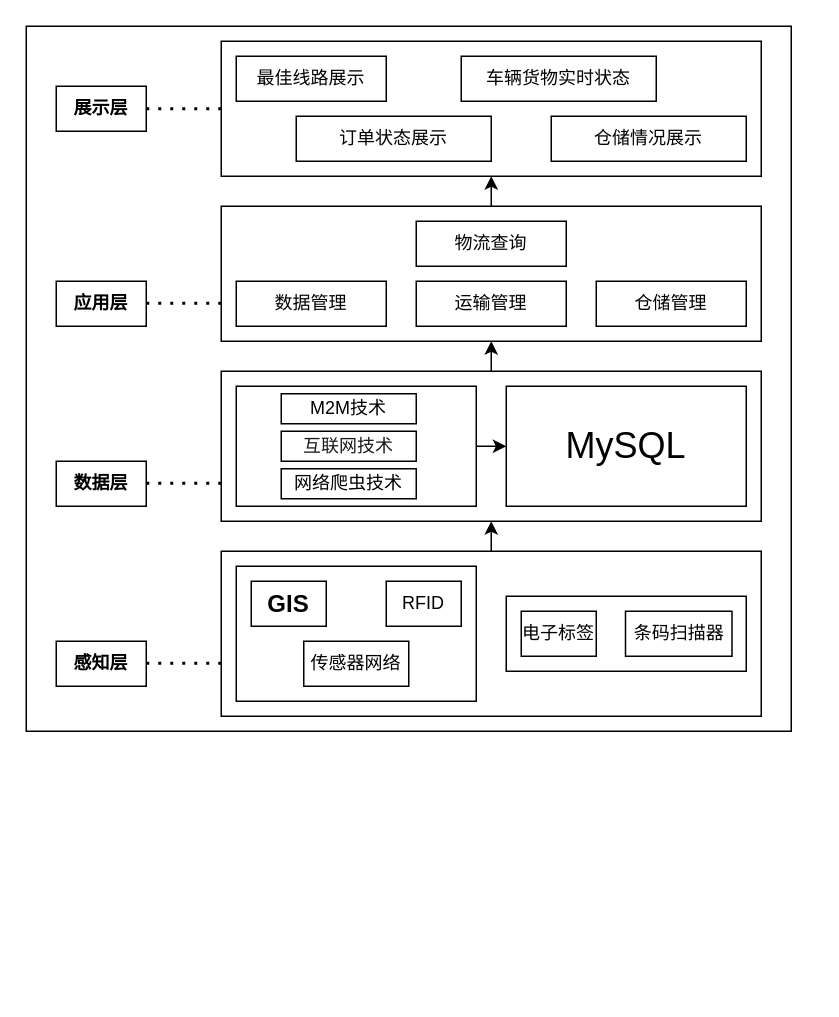
The draw.io diagram page "第 2 页" (2 of 2) of 供应链项目.drawio in Li-cencen/UML, before the edit. Source tidied: cells renumbered, new cells numbered last; positions are measured from the earlier drawing's top-left corner, leaving out a move shared by most shapes. Both pictures are drawn from the tidied source at 150%, with x=0, y=0 at pixel (26, 26).
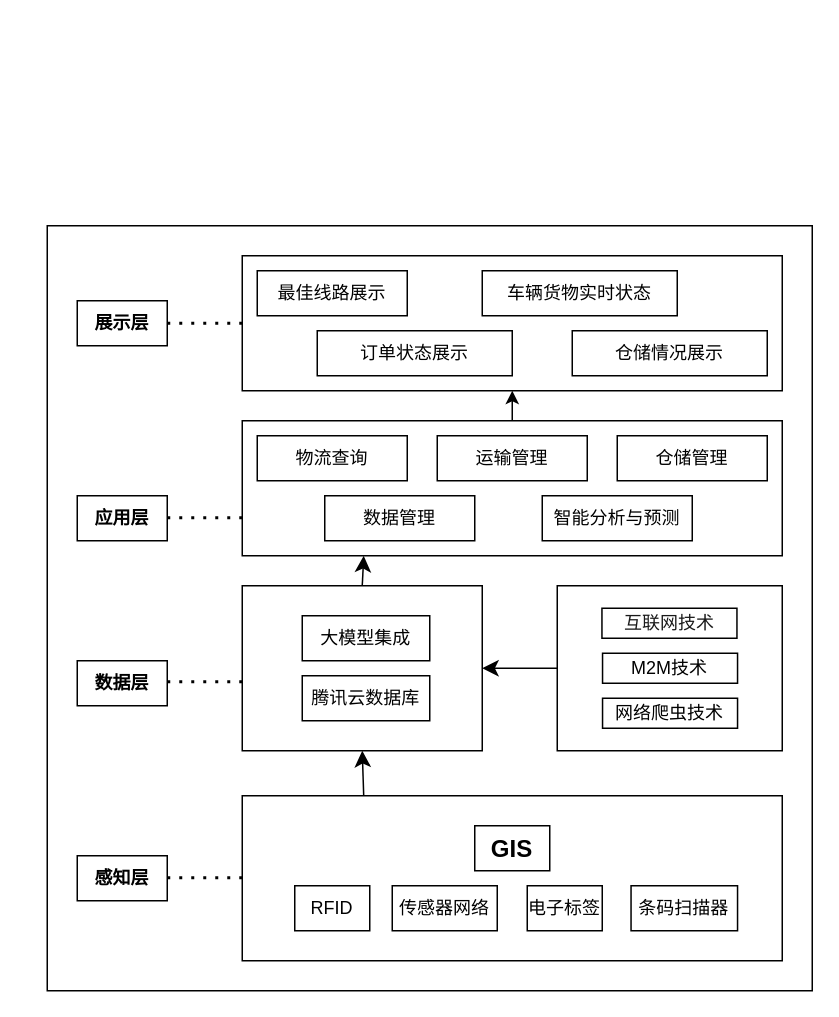
Above is the later version.

Change to the diagram source:
```diff
@@
     <mxCell id="2" style="rounded=0;whiteSpace=wrap;html=1;" parent="1" vertex="1">
-      <mxGeometry width="510" height="470" as="geometry" />
+      <mxGeometry x="14" y="133" width="510" height="510" as="geometry" />
     </mxCell>
     <mxCell id="3" value="&lt;b&gt;展示层&lt;/b&gt;" style="rounded=0;whiteSpace=wrap;html=1;" parent="1" vertex="1">
-      <mxGeometry x="20" y="40" width="60" height="30" as="geometry" />
+      <mxGeometry x="34" y="183" width="60" height="30" as="geometry" />
     </mxCell>
     <mxCell id="4" value="&lt;b&gt;应用层&lt;/b&gt;" style="rounded=0;whiteSpace=wrap;html=1;" parent="1" vertex="1">
-      <mxGeometry x="20" y="170" width="60" height="30" as="geometry" />
+      <mxGeometry x="34" y="313" width="60" height="30" as="geometry" />
     </mxCell>
     <mxCell id="5" value="&lt;b&gt;数据层&lt;/b&gt;" style="rounded=0;whiteSpace=wrap;html=1;" parent="1" vertex="1">
-      <mxGeometry x="20" y="290" width="60" height="30" as="geometry" />
+      <mxGeometry x="34" y="423" width="60" height="30" as="geometry" />
     </mxCell>
     <mxCell id="6" value="&lt;b&gt;感知层&lt;/b&gt;" style="rounded=0;whiteSpace=wrap;html=1;" parent="1" vertex="1">
-      <mxGeometry x="20" y="410" width="60" height="30" as="geometry" />
+      <mxGeometry x="34" y="553" width="60" height="30" as="geometry" />
     </mxCell>
     <mxCell id="7" style="rounded=0;whiteSpace=wrap;html=1;" parent="1" vertex="1">
-      <mxGeometry x="130" y="120" width="360" height="90" as="geometry" />
+      <mxGeometry x="144" y="263" width="360" height="90" as="geometry" />
     </mxCell>
     <mxCell id="8" value="物流查询" style="rounded=0;whiteSpace=wrap;html=1;" parent="1" vertex="1">
-      <mxGeometry x="260" y="130" width="100" height="30" as="geometry" />
+      <mxGeometry x="154" y="273" width="100" height="30" as="geometry" />
     </mxCell>
     <mxCell id="9" value="运输管理" style="rounded=0;whiteSpace=wrap;html=1;" parent="1" vertex="1">
-      <mxGeometry x="260" y="170" width="100" height="30" as="geometry" />
+      <mxGeometry x="274" y="273" width="100" height="30" as="geometry" />
     </mxCell>
     <mxCell id="10" value="仓储管理" style="rounded=0;whiteSpace=wrap;html=1;" parent="1" vertex="1">
-      <mxGeometry x="380" y="170" width="100" height="30" as="geometry" />
+      <mxGeometry x="394" y="273" width="100" height="30" as="geometry" />
     </mxCell>
     <mxCell id="11" value="数据管理" style="rounded=0;whiteSpace=wrap;html=1;" parent="1" vertex="1">
-      <mxGeometry x="140" y="170" width="100" height="30" as="geometry" />
+      <mxGeometry x="199" y="313" width="100" height="30" as="geometry" />
     </mxCell>
     <mxCell id="12" style="rounded=0;whiteSpace=wrap;html=1;" parent="1" vertex="1">
-      <mxGeometry x="130" y="10" width="360" height="90" as="geometry" />
+      <mxGeometry x="144" y="153" width="360" height="90" as="geometry" />
     </mxCell>
     <mxCell id="13" value="最佳线路展示" style="rounded=0;whiteSpace=wrap;html=1;" parent="1" vertex="1">
-      <mxGeometry x="140" y="20" width="100" height="30" as="geometry" />
+      <mxGeometry x="154" y="163" width="100" height="30" as="geometry" />
     </mxCell>
     <mxCell id="14" value="车辆货物实时状态" style="rounded=0;whiteSpace=wrap;html=1;" parent="1" vertex="1">
-      <mxGeometry x="290" y="20" width="130" height="30" as="geometry" />
+      <mxGeometry x="304" y="163" width="130" height="30" as="geometry" />
     </mxCell>
     <mxCell id="15" value="订单状态展示" style="rounded=0;whiteSpace=wrap;html=1;" parent="1" vertex="1">
-      <mxGeometry x="180" y="60" width="130" height="30" as="geometry" />
+      <mxGeometry x="194" y="203" width="130" height="30" as="geometry" />
     </mxCell>
     <mxCell id="16" value="仓储情况展示" style="rounded=0;whiteSpace=wrap;html=1;" parent="1" vertex="1">
-      <mxGeometry x="350" y="60" width="130" height="30" as="geometry" />
+      <mxGeometry x="364" y="203" width="130" height="30" as="geometry" />
     </mxCell>
-    <mxCell id="17" style="edgeStyle=orthogonalEdgeStyle;rounded=0;jettySize=auto;html=1;exitX=0.5;exitY=0;exitDx=0;exitDy=0;entryX=0.5;entryY=1;entryDx=0;entryDy=0;" parent="1" edge="1" source="18" target="26">
+    <mxCell id="17" style="edgeStyle=none;curved=1;rounded=0;jettySize=auto;html=1;exitX=0.225;exitY=0.009;exitDx=0;exitDy=0;entryX=0.5;entryY=1;entryDx=0;entryDy=0;fontSize=12;startSize=8;endSize=8;exitPerimeter=0;" parent="1" edge="1" source="18" target="26">
       <mxGeometry relative="1" as="geometry" />
     </mxCell>
     <mxCell id="18" style="rounded=0;whiteSpace=wrap;html=1;" parent="1" vertex="1">
-      <mxGeometry x="130" y="350" width="360" height="110" as="geometry" />
+      <mxGeometry x="144" y="513" width="360" height="110" as="geometry" />
     </mxCell>
-    <mxCell id="19" style="rounded=0;whiteSpace=wrap;html=1;" parent="1" vertex="1">
-      <mxGeometry x="140" y="360" width="160" height="90" as="geometry" />
-    </mxCell>
-    <mxCell id="20" value="传感器网络" style="rounded=0;whiteSpace=wrap;html=1;" parent="1" vertex="1">
-      <mxGeometry x="185" y="410" width="70" height="30" as="geometry" />
-    </mxCell>
-    <mxCell id="21" value="RFID" style="rounded=0;whiteSpace=wrap;html=1;" parent="1" vertex="1">
-      <mxGeometry x="240" y="370" width="50" height="30" as="geometry" />
-    </mxCell>
     <mxCell id="22" value="&lt;h4&gt;&lt;span style=&quot;font-family: 宋体; font-size: 12pt;&quot;&gt;GIS&lt;/span&gt;&lt;/h4&gt;" style="rounded=0;whiteSpace=wrap;html=1;" parent="1" vertex="1">
-      <mxGeometry x="150" y="370" width="50" height="30" as="geometry" />
+      <mxGeometry x="299" y="533" width="50" height="30" as="geometry" />
     </mxCell>
-    <mxCell id="23" style="rounded=0;whiteSpace=wrap;html=1;" parent="1" vertex="1">
-      <mxGeometry x="320" y="380" width="160" height="50" as="geometry" />
-    </mxCell>
     <mxCell id="24" value="电子标签" style="rounded=0;whiteSpace=wrap;html=1;" parent="1" vertex="1">
-      <mxGeometry x="330" y="390" width="50" height="30" as="geometry" />
+      <mxGeometry x="334" y="573" width="50" height="30" as="geometry" />
     </mxCell>
     <mxCell id="25" value="条码扫描器" style="rounded=0;whiteSpace=wrap;html=1;" parent="1" vertex="1">
-      <mxGeometry x="399.5" y="390" width="71" height="30" as="geometry" />
+      <mxGeometry x="403.2" y="573" width="71" height="30" as="geometry" />
     </mxCell>
     <mxCell id="26" style="rounded=0;whiteSpace=wrap;html=1;" parent="1" vertex="1">
-      <mxGeometry x="130" y="230" width="360" height="100" as="geometry" />
+      <mxGeometry x="144" y="373" width="160" height="110" as="geometry" />
     </mxCell>
-    <mxCell id="27" style="edgeStyle=orthogonalEdgeStyle;rounded=0;jettySize=auto;html=1;exitX=1;exitY=0.5;exitDx=0;exitDy=0;entryX=0;entryY=0.5;entryDx=0;entryDy=0;" parent="1" edge="1" source="28" target="29">
-      <mxGeometry relative="1" as="geometry" />
-    </mxCell>
-    <mxCell id="28" style="rounded=0;whiteSpace=wrap;html=1;" parent="1" vertex="1">
-      <mxGeometry x="140" y="240" width="160" height="80" as="geometry" />
-    </mxCell>
-    <mxCell id="29" value="&lt;font style=&quot;font-size: 24px;&quot;&gt;MySQL&lt;/font&gt;" style="rounded=0;whiteSpace=wrap;html=1;" parent="1" vertex="1">
-      <mxGeometry x="320" y="240" width="160" height="80" as="geometry" />
+    <mxCell id="29" value="腾讯云数据库" style="rounded=0;whiteSpace=wrap;html=1;" parent="1" vertex="1">
+      <mxGeometry x="184" y="433" width="85" height="30" as="geometry" />
     </mxCell>
-    <mxCell id="30" value="&lt;span style=&quot;scrollbar-color: transparent transparent; margin: 0px; padding: 0px; border: 0px; font-variant-numeric: inherit; font-variant-east-asian: inherit; font-variant-alternates: inherit; font-variant-position: inherit; font-variant-emoji: inherit; font-stretch: inherit; line-height: inherit; font-optical-sizing: inherit; font-size-adjust: inherit; font-kerning: inherit; font-feature-settings: inherit; font-variation-settings: inherit; vertical-align: baseline; color: rgba(0, 0, 0, 0.9); text-align: left; white-space-collapse: preserve; background-color: rgb(255, 255, 255);&quot; class=&quot;&quot;&gt;&lt;font style=&quot;font-size: 12px;&quot; face=&quot;Helvetica&quot;&gt;互联网技术&lt;/font&gt;&lt;/span&gt;" style="rounded=0;whiteSpace=wrap;html=1;" parent="1" vertex="1">
-      <mxGeometry x="170" y="270" width="90" height="20" as="geometry" />
-    </mxCell>
-    <mxCell id="31" value="&lt;div style=&quot;text-align: left;&quot;&gt;&lt;font style=&quot;color: rgb(0, 0, 0);&quot;&gt;&lt;span style=&quot;white-space-collapse: preserve; background-color: rgb(255, 255, 255);&quot;&gt;M2M技术&lt;/span&gt;&lt;/font&gt;&lt;/div&gt;" style="rounded=0;whiteSpace=wrap;html=1;" parent="1" vertex="1">
-      <mxGeometry x="170" y="245" width="90" height="20" as="geometry" />
-    </mxCell>
-    <mxCell id="32" value="&lt;div style=&quot;text-align: left;&quot;&gt;&lt;span style=&quot;white-space-collapse: preserve; background-color: rgb(255, 255, 255);&quot;&gt;&lt;font style=&quot;color: rgb(0, 0, 0);&quot;&gt;网络爬虫技术&lt;/font&gt;&lt;/span&gt;&lt;/div&gt;" style="rounded=0;whiteSpace=wrap;html=1;" parent="1" vertex="1">
-      <mxGeometry x="170" y="295" width="90" height="20" as="geometry" />
-    </mxCell>
@@
     <mxCell id="34" style="endArrow=none;dashed=1;html=1;dashPattern=1 3;strokeWidth=2;rounded=0;entryX=0;entryY=0.5;entryDx=0;entryDy=0;exitX=1;exitY=0.5;exitDx=0;exitDy=0;" parent="1" edge="1">
       <mxGeometry relative="1" as="geometry">
-        <mxPoint x="80" y="304.6" as="sourcePoint" />
-        <mxPoint x="130" y="304.6" as="targetPoint" />
+        <mxPoint x="94" y="437" as="sourcePoint" />
+        <mxPoint x="144" y="437" as="targetPoint" />
       </mxGeometry>
     </mxCell>
     <mxCell id="35" style="endArrow=none;dashed=1;html=1;dashPattern=1 3;strokeWidth=2;rounded=0;entryX=0;entryY=0.5;entryDx=0;entryDy=0;exitX=1;exitY=0.5;exitDx=0;exitDy=0;" parent="1" edge="1">
       <mxGeometry relative="1" as="geometry">
-        <mxPoint x="80" y="184.6" as="sourcePoint" />
-        <mxPoint x="130" y="184.6" as="targetPoint" />
+        <mxPoint x="94" y="327.6" as="sourcePoint" />
+        <mxPoint x="144" y="327.6" as="targetPoint" />
       </mxGeometry>
     </mxCell>
     <mxCell id="36" style="endArrow=none;dashed=1;html=1;dashPattern=1 3;strokeWidth=2;rounded=0;entryX=0;entryY=0.5;entryDx=0;entryDy=0;exitX=1;exitY=0.5;exitDx=0;exitDy=0;" parent="1" edge="1">
       <mxGeometry relative="1" as="geometry">
-        <mxPoint x="80" y="424.6" as="sourcePoint" />
-        <mxPoint x="130" y="424.6" as="targetPoint" />
+        <mxPoint x="94" y="567.6" as="sourcePoint" />
+        <mxPoint x="144" y="567.6" as="targetPoint" />
       </mxGeometry>
     </mxCell>
-    <mxCell id="37" style="endArrow=classic;html=1;rounded=0;exitX=0.5;exitY=0;exitDx=0;exitDy=0;" parent="1" edge="1" source="26" target="7">
-      <mxGeometry relative="1" as="geometry" />
-    </mxCell>
@@
+    <mxCell id="39" value="智能分析与预测" style="rounded=0;whiteSpace=wrap;html=1;" parent="1" vertex="1">
+      <mxGeometry x="344" y="313" width="100" height="30" as="geometry" />
+    </mxCell>
+    <mxCell id="40" value="大模型集成" style="rounded=0;whiteSpace=wrap;html=1;" parent="1" vertex="1">
+      <mxGeometry x="184" y="393" width="85" height="30" as="geometry" />
+    </mxCell>
+    <mxCell id="41" style="edgeStyle=none;curved=1;rounded=0;jettySize=auto;html=1;exitX=0;exitY=0.5;exitDx=0;exitDy=0;fontSize=12;startSize=8;endSize=8;" parent="1" edge="1" source="42" target="26">
+      <mxGeometry relative="1" as="geometry" />
+    </mxCell>
+    <mxCell id="42" style="rounded=0;whiteSpace=wrap;html=1;" parent="1" vertex="1">
+      <mxGeometry x="354" y="373" width="150" height="110" as="geometry" />
+    </mxCell>
+    <mxCell id="31" value="&lt;div style=&quot;text-align: left;&quot;&gt;&lt;font style=&quot;color: rgb(0, 0, 0);&quot;&gt;&lt;span style=&quot;white-space-collapse: preserve; background-color: rgb(255, 255, 255);&quot;&gt;M2M技术&lt;/span&gt;&lt;/font&gt;&lt;/div&gt;" style="rounded=0;whiteSpace=wrap;html=1;" parent="1" vertex="1">
+      <mxGeometry x="384.2" y="418" width="90" height="20" as="geometry" />
+    </mxCell>
+    <mxCell id="30" value="&lt;span style=&quot;scrollbar-color: transparent transparent; margin: 0px; padding: 0px; border: 0px; font-variant-numeric: inherit; font-variant-east-asian: inherit; font-variant-alternates: inherit; font-variant-position: inherit; font-variant-emoji: inherit; font-stretch: inherit; line-height: inherit; font-optical-sizing: inherit; font-size-adjust: inherit; font-kerning: inherit; font-feature-settings: inherit; font-variation-settings: inherit; vertical-align: baseline; color: rgba(0, 0, 0, 0.9); text-align: left; white-space-collapse: preserve; background-color: rgb(255, 255, 255);&quot; class=&quot;&quot;&gt;&lt;font style=&quot;font-size: 12px;&quot; face=&quot;Helvetica&quot;&gt;互联网技术&lt;/font&gt;&lt;/span&gt;" style="rounded=0;whiteSpace=wrap;html=1;" parent="1" vertex="1">
+      <mxGeometry x="383.8" y="388" width="90" height="20" as="geometry" />
+    </mxCell>
+    <mxCell id="32" value="&lt;div style=&quot;text-align: left;&quot;&gt;&lt;span style=&quot;white-space-collapse: preserve; background-color: rgb(255, 255, 255);&quot;&gt;&lt;font style=&quot;color: rgb(0, 0, 0);&quot;&gt;网络爬虫技术&lt;/font&gt;&lt;/span&gt;&lt;/div&gt;" style="rounded=0;whiteSpace=wrap;html=1;" parent="1" vertex="1">
+      <mxGeometry x="384.2" y="448" width="90" height="20" as="geometry" />
+    </mxCell>
+    <mxCell id="43" style="edgeStyle=none;curved=1;rounded=0;jettySize=auto;html=1;exitX=0.5;exitY=0;exitDx=0;exitDy=0;fontSize=12;startSize=8;endSize=8;" parent="1" edge="1" source="26">
+      <mxGeometry relative="1" as="geometry">
+        <mxPoint x="225" y="353" as="targetPoint" />
+      </mxGeometry>
+    </mxCell>
+    <mxCell id="21" value="RFID" style="rounded=0;whiteSpace=wrap;html=1;" parent="1" vertex="1">
+      <mxGeometry x="179" y="573" width="50" height="30" as="geometry" />
+    </mxCell>
+    <mxCell id="20" value="传感器网络" style="rounded=0;whiteSpace=wrap;html=1;" parent="1" vertex="1">
+      <mxGeometry x="244" y="573" width="70" height="30" as="geometry" />
+    </mxCell>
```
